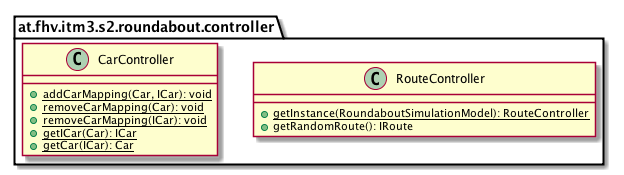
sereGkaluv/Roundabout-Simulation-Library keeps this PlantUML diagram as images/uml-class/at.fhv.itm3.s2.roundabout.controller.package.png. Above is the earlier version.
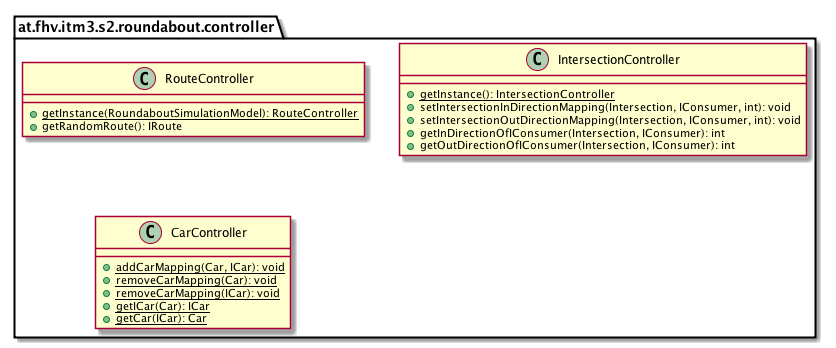
The same file after the commit.

Diff of the diagram source:
```diff
@@ -5,6 +5,14 @@
         class RouteController [[../../../../../at/fhv/itm3/s2/roundabout/controller/RouteController.html]] {
             {static} +getInstance(RoundaboutSimulationModel): RouteController
             +getRandomRoute(): IRoute
+        }
+
+        class IntersectionController [[../../../../../at/fhv/itm3/s2/roundabout/controller/IntersectionController.html]] {
+            {static} +getInstance(): IntersectionController
+            +setIntersectionInDirectionMapping(Intersection, IConsumer, int): void
+            +setIntersectionOutDirectionMapping(Intersection, IConsumer, int): void
+            +getInDirectionOfIConsumer(Intersection, IConsumer): int
+            +getOutDirectionOfIConsumer(Intersection, IConsumer): int
         }
 
         class CarController [[../../../../../at/fhv/itm3/s2/roundabout/controller/CarController.html]] {
```
